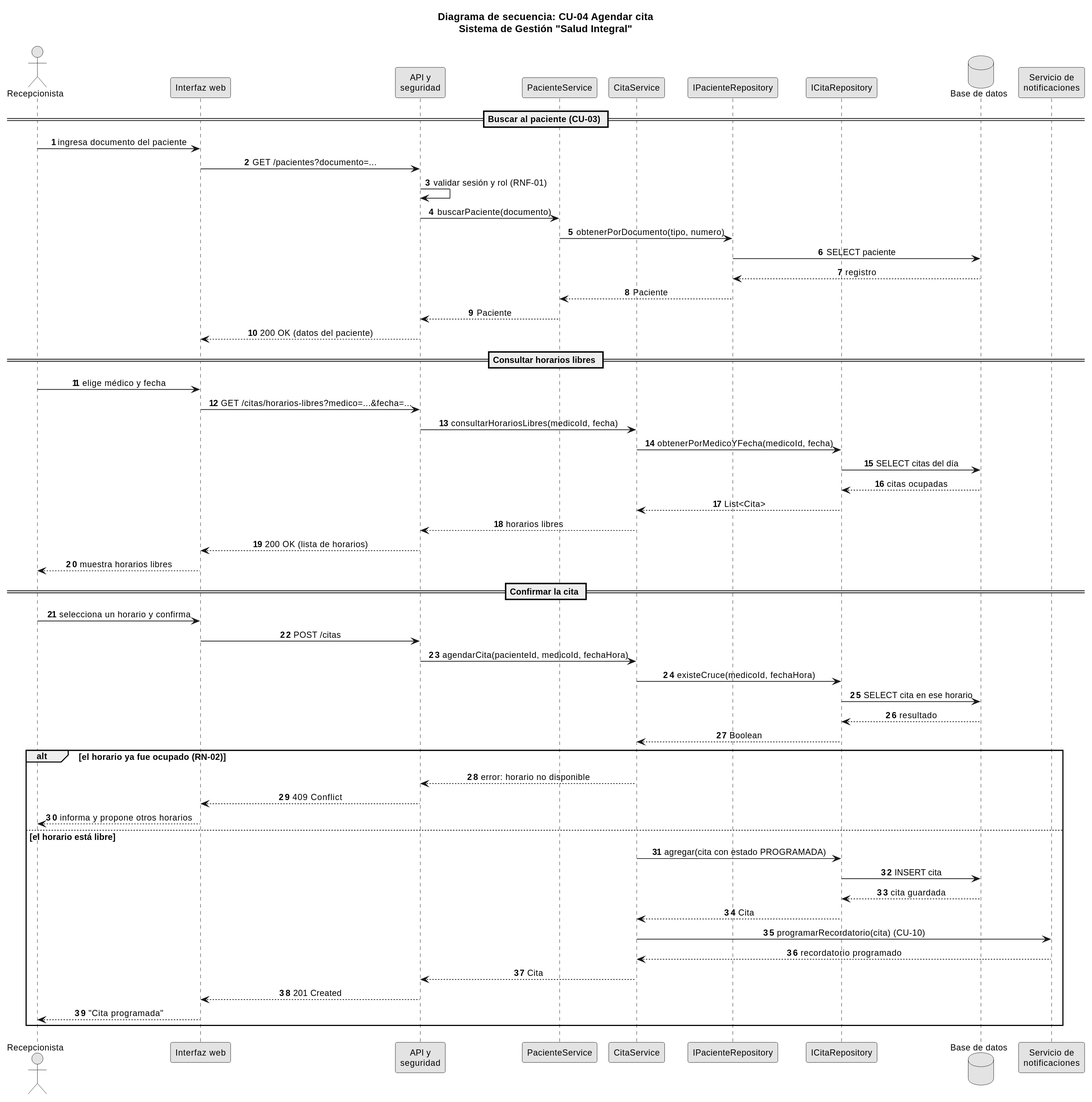
Above: docs/uml/img/03_secuencia_agendar_cita.svg in JNACHO2001/consultorio-medico (PlantUML), before the change. The source it was exported from:
```plantuml
@startuml

skinparam monochrome true
skinparam shadowing false
skinparam dpi 150
skinparam defaultFontSize 12
skinparam sequenceMessageAlign center
skinparam responseMessageBelowArrow true

title Diagrama de secuencia: CU-04 Agendar cita\nSistema de Gestión "Salud Integral"

actor "Recepcionista" as REC
participant "Interfaz web" as UI
participant "API y\nseguridad" as API
participant "PacienteService" as PS
participant "CitaService" as CS
participant "IPacienteRepository" as PR
participant "ICitaRepository" as CR
database "Base de datos" as BD
participant "Servicio de\nnotificaciones" as NOT

autonumber

== Buscar al paciente (CU-03) ==
REC -> UI : ingresa documento del paciente
UI -> API : GET /pacientes?documento=...
API -> API : validar sesión y rol (RNF-01)
API -> PS : buscarPaciente(documento)
PS -> PR : obtenerPorDocumento(tipo, numero)
PR -> BD : SELECT paciente
BD --> PR : registro
PR --> PS : Paciente
PS --> API : Paciente
API --> UI : 200 OK (datos del paciente)

== Consultar horarios libres ==
REC -> UI : elige médico y fecha
UI -> API : GET /citas/horarios-libres?medico=...&fecha=...
API -> CS : consultarHorariosLibres(medicoId, fecha)
CS -> CR : obtenerPorMedicoYFecha(medicoId, fecha)
CR -> BD : SELECT citas del día
BD --> CR : citas ocupadas
CR --> CS : List<Cita>
CS --> API : horarios libres
API --> UI : 200 OK (lista de horarios)
UI --> REC : muestra horarios libres

== Confirmar la cita ==
REC -> UI : selecciona un horario y confirma
UI -> API : POST /citas
API -> CS : agendarCita(pacienteId, medicoId, fechaHora)
CS -> CR : existeCruce(medicoId, fechaHora)
CR -> BD : SELECT cita en ese horario
BD --> CR : resultado
CR --> CS : Boolean

alt el horario ya fue ocupado (RN-02)
  CS --> API : error: horario no disponible
  API --> UI : 409 Conflict
  UI --> REC : informa y propone otros horarios
else el horario está libre
  CS -> CR : agregar(cita con estado PROGRAMADA)
  CR -> BD : INSERT cita
  BD --> CR : cita guardada
  CR --> CS : Cita
  CS -> NOT : programarRecordatorio(cita) (CU-10)
  NOT --> CS : recordatorio programado
  CS --> API : Cita
  API --> UI : 201 Created
  UI --> REC : "Cita programada"
end
@enduml
```
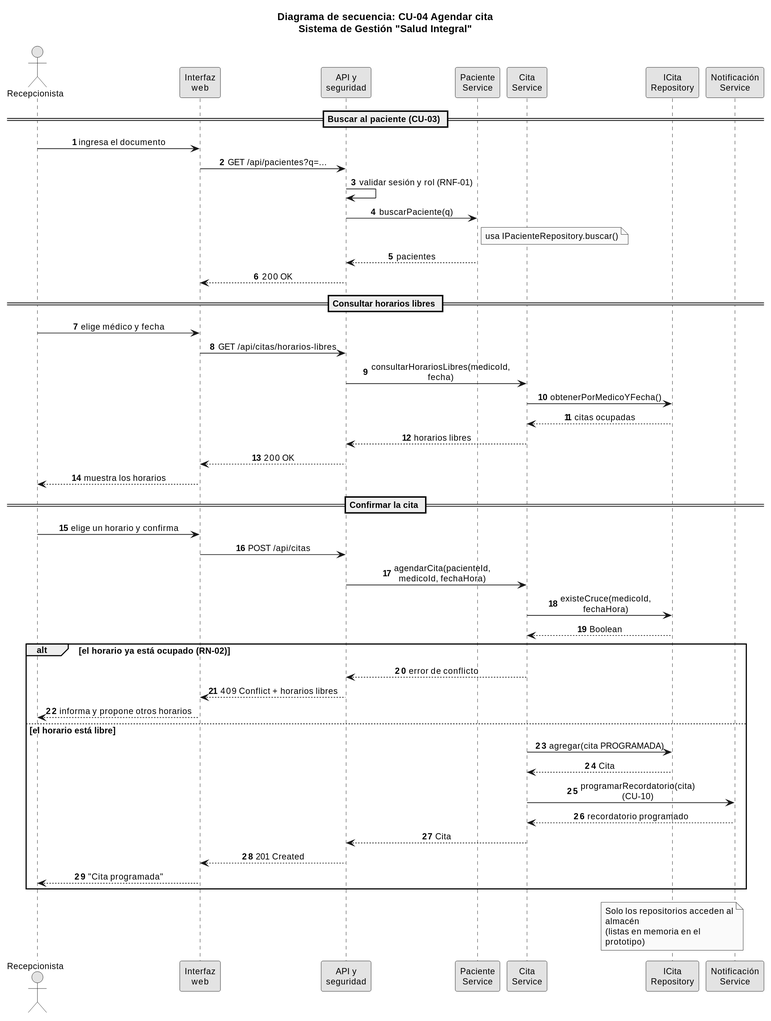
Later version of the same file.

Commit message:
docs(uml): imagen SVG del diagrama de secuencia

What changed in the source:
```diff
@@ -6,62 +6,53 @@
 skinparam defaultFontSize 12
 skinparam sequenceMessageAlign center
 skinparam responseMessageBelowArrow true
+skinparam wrapWidth 190
+skinparam maxMessageSize 190
 
 title Diagrama de secuencia: CU-04 Agendar cita\nSistema de Gestión "Salud Integral"
 
 actor "Recepcionista" as REC
-participant "Interfaz web" as UI
+participant "Interfaz\nweb" as UI
 participant "API y\nseguridad" as API
-participant "PacienteService" as PS
-participant "CitaService" as CS
-participant "IPacienteRepository" as PR
-participant "ICitaRepository" as CR
-database "Base de datos" as BD
-participant "Servicio de\nnotificaciones" as NOT
+participant "Paciente\nService" as PS
+participant "Cita\nService" as CS
+participant "ICita\nRepository" as CR
+participant "Notificación\nService" as NOT
 
 autonumber
 
 == Buscar al paciente (CU-03) ==
-REC -> UI : ingresa documento del paciente
-UI -> API : GET /pacientes?documento=...
+REC -> UI : ingresa el documento
+UI -> API : GET /api/pacientes?q=...
 API -> API : validar sesión y rol (RNF-01)
-API -> PS : buscarPaciente(documento)
-PS -> PR : obtenerPorDocumento(tipo, numero)
-PR -> BD : SELECT paciente
-BD --> PR : registro
-PR --> PS : Paciente
-PS --> API : Paciente
-API --> UI : 200 OK (datos del paciente)
+API -> PS : buscarPaciente(q)
+note right of PS : usa IPacienteRepository.buscar()
+PS --> API : pacientes
+API --> UI : 200 OK
 
 == Consultar horarios libres ==
 REC -> UI : elige médico y fecha
-UI -> API : GET /citas/horarios-libres?medico=...&fecha=...
+UI -> API : GET /api/citas/horarios-libres
 API -> CS : consultarHorariosLibres(medicoId, fecha)
-CS -> CR : obtenerPorMedicoYFecha(medicoId, fecha)
-CR -> BD : SELECT citas del día
-BD --> CR : citas ocupadas
-CR --> CS : List<Cita>
+CS -> CR : obtenerPorMedicoYFecha()
+CR --> CS : citas ocupadas
 CS --> API : horarios libres
-API --> UI : 200 OK (lista de horarios)
-UI --> REC : muestra horarios libres
+API --> UI : 200 OK
+UI --> REC : muestra los horarios
 
 == Confirmar la cita ==
-REC -> UI : selecciona un horario y confirma
-UI -> API : POST /citas
+REC -> UI : elige un horario y confirma
+UI -> API : POST /api/citas
 API -> CS : agendarCita(pacienteId, medicoId, fechaHora)
 CS -> CR : existeCruce(medicoId, fechaHora)
-CR -> BD : SELECT cita en ese horario
-BD --> CR : resultado
 CR --> CS : Boolean
 
-alt el horario ya fue ocupado (RN-02)
-  CS --> API : error: horario no disponible
-  API --> UI : 409 Conflict
+alt el horario ya está ocupado (RN-02)
+  CS --> API : error de conflicto
+  API --> UI : 409 Conflict + horarios libres
   UI --> REC : informa y propone otros horarios
 else el horario está libre
-  CS -> CR : agregar(cita con estado PROGRAMADA)
-  CR -> BD : INSERT cita
-  BD --> CR : cita guardada
+  CS -> CR : agregar(cita PROGRAMADA)
   CR --> CS : Cita
   CS -> NOT : programarRecordatorio(cita) (CU-10)
   NOT --> CS : recordatorio programado
@@ -69,4 +60,6 @@
   API --> UI : 201 Created
   UI --> REC : "Cita programada"
 end
+
+note over CR : Solo los repositorios acceden al almacén\n(listas en memoria en el prototipo)
 @enduml
```
